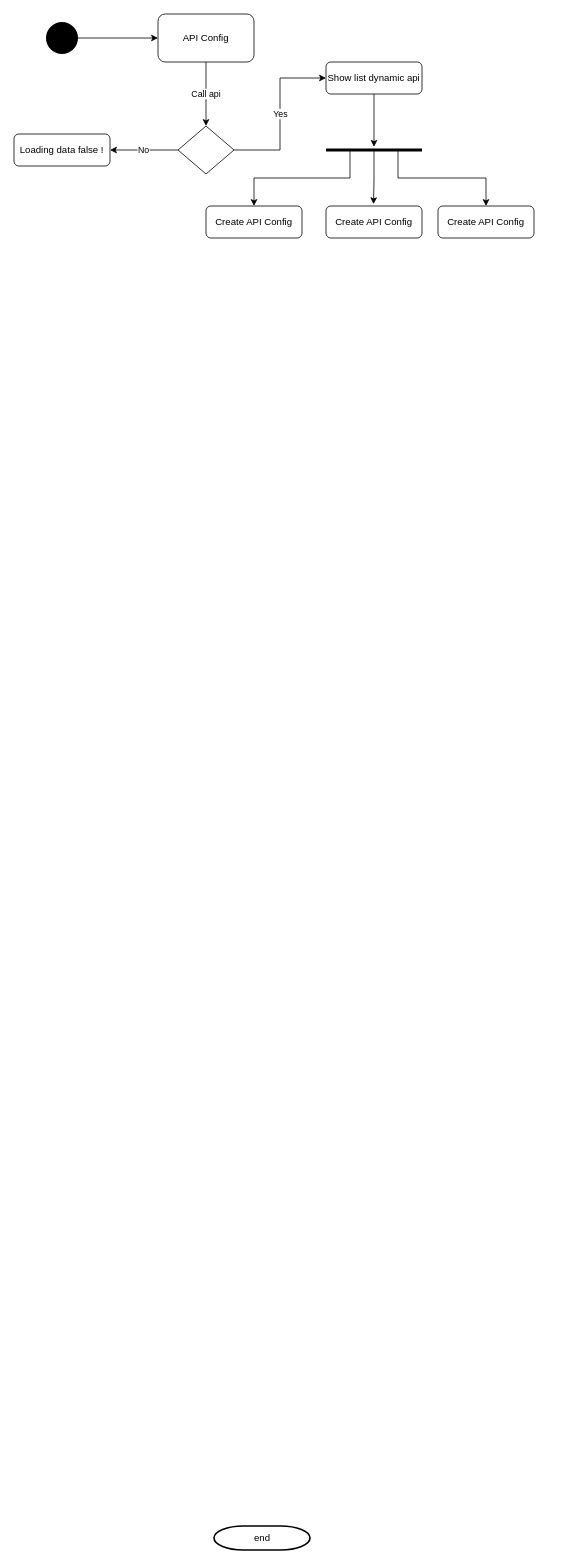
The draw.io diagram Untitled Diagram.drawio in duongv77/Gt, before the edit. Source tidied: cells renumbered, new cells numbered last; positions are measured from the earlier drawing's top-left corner, leaving out a move shared by most shapes. Both pictures are drawn from the tidied source at 80%, with x=0, y=0 at pixel (14, 14).
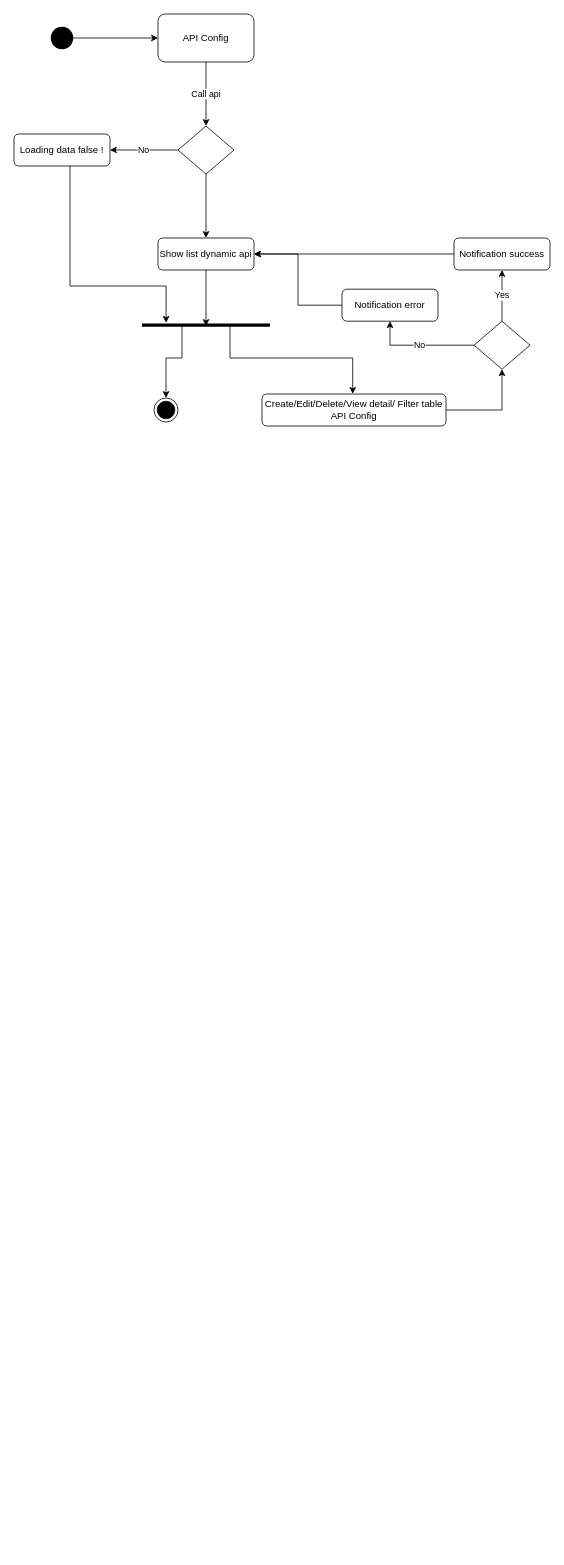
The same diagram, later.

Change to the diagram source:
```diff
@@
-    <mxCell id="2" value="end" style="shape=mxgraph.flowchart.terminator;strokeWidth=2;gradientColor=none;gradientDirection=north;fontStyle=0;html=1;" parent="1" vertex="1">
-      <mxGeometry x="250" y="1890" width="120" height="30" as="geometry" />
-    </mxCell>
@@
-    <mxCell id="4" style="shape=waypoint;sketch=0;fillStyle=solid;size=6;points=[];fillColor=none;perimeter=centerPerimeter;snapToPoint=1;strokeWidth=18;" parent="1" vertex="1">
+    <mxCell id="4" style="shape=waypoint;sketch=0;fillStyle=solid;size=6;points=[];fillColor=none;perimeter=centerPerimeter;snapToPoint=1;strokeWidth=12;" parent="1" vertex="1">
       <mxGeometry x="40" y="10" width="40" height="40" as="geometry" />
     </mxCell>
@@
+    <mxCell id="20" style="edgeStyle=orthogonalEdgeStyle;rounded=0;jettySize=auto;html=1;entryX=0.5;entryY=0;entryDx=0;entryDy=0;" parent="1" edge="1" source="9" target="12">
+      <mxGeometry relative="1" as="geometry" />
+    </mxCell>
+    <mxCell id="9" style="rhombus;whiteSpace=wrap;html=1;strokeWidth=1;" parent="1" vertex="1">
+      <mxGeometry x="205" y="140" width="70" height="60" as="geometry" />
+    </mxCell>
+    <mxCell id="21" style="edgeStyle=orthogonalEdgeStyle;rounded=0;jettySize=auto;html=1;entryX=0.188;entryY=0.2;entryDx=0;entryDy=0;entryPerimeter=0;" parent="1" edge="1" source="10" target="25">
+      <mxGeometry relative="1" as="geometry">
+        <Array as="points">
+          <mxPoint x="70" y="340" />
+          <mxPoint x="190" y="340" />
+        </Array>
+      </mxGeometry>
+    </mxCell>
+    <mxCell id="10" value="Loading data false !" style="rounded=1;whiteSpace=wrap;html=1;fontFamily=Helvetica;strokeWidth=1;" parent="1" vertex="1">
+      <mxGeometry y="150" width="120" height="40" as="geometry" />
+    </mxCell>
+    <mxCell id="22" style="edgeStyle=orthogonalEdgeStyle;rounded=0;jettySize=auto;html=1;entryX=0.5;entryY=0.6;entryDx=0;entryDy=0;entryPerimeter=0;" parent="1" edge="1" source="12" target="25">
+      <mxGeometry relative="1" as="geometry" />
+    </mxCell>
+    <mxCell id="12" value="Show list dynamic api" style="rounded=1;whiteSpace=wrap;html=1;fontFamily=Helvetica;strokeWidth=1;" parent="1" vertex="1">
+      <mxGeometry x="180" y="280" width="120" height="40" as="geometry" />
+    </mxCell>
+    <mxCell id="23" style="edgeStyle=orthogonalEdgeStyle;rounded=0;jettySize=auto;html=1;entryX=0.5;entryY=0;entryDx=0;entryDy=0;exitX=0.25;exitY=0.5;exitDx=0;exitDy=0;exitPerimeter=0;" parent="1" edge="1" source="25" target="26">
+      <mxGeometry relative="1" as="geometry">
+        <Array as="points">
+          <mxPoint x="210" y="389" />
+          <mxPoint x="210" y="430" />
+          <mxPoint x="190" y="430" />
+        </Array>
+      </mxGeometry>
+    </mxCell>
+    <mxCell id="24" style="edgeStyle=orthogonalEdgeStyle;rounded=0;jettySize=auto;html=1;entryX=0.493;entryY=-0.004;entryDx=0;entryDy=0;entryPerimeter=0;exitX=0.676;exitY=0.562;exitDx=0;exitDy=0;exitPerimeter=0;" parent="1" edge="1" source="25" target="28">
+      <mxGeometry relative="1" as="geometry">
+        <Array as="points">
+          <mxPoint x="270" y="390" />
+          <mxPoint x="270" y="430" />
+          <mxPoint x="423" y="430" />
+          <mxPoint x="423" y="475" />
+        </Array>
+      </mxGeometry>
+    </mxCell>
+    <mxCell id="25" style="line;strokeWidth=4;html=1;" parent="1" vertex="1">
+      <mxGeometry x="160" y="384" width="160" height="10" as="geometry" />
+    </mxCell>
+    <mxCell id="26" style="ellipse;html=1;shape=endState;fillColor=#000000;strokeColor=#000000;" parent="1" vertex="1">
+      <mxGeometry x="175" y="480" width="30" height="30" as="geometry" />
+    </mxCell>
+    <mxCell id="27" style="edgeStyle=orthogonalEdgeStyle;rounded=0;jettySize=auto;html=1;entryX=0.5;entryY=1;entryDx=0;entryDy=0;" parent="1" edge="1" source="28" target="34">
+      <mxGeometry relative="1" as="geometry" />
+    </mxCell>
+    <mxCell id="28" value="Create/Edit/Delete/View detail/ Filter table &lt;br&gt;API Config" style="rounded=1;whiteSpace=wrap;html=1;fontFamily=Helvetica;strokeWidth=1;" parent="1" vertex="1">
+      <mxGeometry x="310" y="475" width="230" height="40" as="geometry" />
+    </mxCell>
+    <mxCell id="29" style="edgeStyle=orthogonalEdgeStyle;rounded=0;jettySize=auto;html=1;entryX=1;entryY=0.5;entryDx=0;entryDy=0;" parent="1" edge="1" source="30" target="12">
+      <mxGeometry relative="1" as="geometry" />
+    </mxCell>
+    <mxCell id="30" value="Notification error" style="rounded=1;whiteSpace=wrap;html=1;fontFamily=Helvetica;strokeWidth=1;" parent="1" vertex="1">
+      <mxGeometry x="410" y="344" width="120" height="40" as="geometry" />
+    </mxCell>
+    <mxCell id="31" style="edgeStyle=orthogonalEdgeStyle;rounded=0;jettySize=auto;html=1;entryX=1;entryY=0.5;entryDx=0;entryDy=0;" parent="1" edge="1" source="32" target="12">
+      <mxGeometry relative="1" as="geometry" />
+    </mxCell>
+    <mxCell id="32" value="Notification success" style="rounded=1;whiteSpace=wrap;html=1;fontFamily=Helvetica;strokeWidth=1;" parent="1" vertex="1">
+      <mxGeometry x="550" y="280" width="120" height="40" as="geometry" />
+    </mxCell>
-    <mxCell id="8" value="Yes" style="edgeStyle=orthogonalEdgeStyle;rounded=0;jettySize=auto;html=1;entryX=0;entryY=0.5;entryDx=0;entryDy=0;fontFamily=Helvetica;" parent="1" edge="1" source="9" target="12">
+    <mxCell id="8" value="Yes" style="edgeStyle=orthogonalEdgeStyle;rounded=0;jettySize=auto;html=1;entryX=0.5;entryY=1;entryDx=0;entryDy=0;" parent="1" edge="1" source="34" target="32">
       <mxGeometry relative="1" as="geometry" />
     </mxCell>
-    <mxCell id="9" style="rhombus;whiteSpace=wrap;html=1;strokeWidth=1;" parent="1" vertex="1">
-      <mxGeometry x="205" y="140" width="70" height="60" as="geometry" />
-    </mxCell>
-    <mxCell id="10" value="Loading data false !" style="rounded=1;whiteSpace=wrap;html=1;fontFamily=Helvetica;strokeWidth=1;" parent="1" vertex="1">
-      <mxGeometry y="150" width="120" height="40" as="geometry" />
-    </mxCell>
-    <mxCell id="11" style="edgeStyle=orthogonalEdgeStyle;rounded=0;jettySize=auto;html=1;fontFamily=Helvetica;fontSize=16;" parent="1" edge="1" source="12">
-      <mxGeometry relative="1" as="geometry">
-        <mxPoint x="450" y="166" as="targetPoint" />
-        <Array as="points">
-          <mxPoint x="450" y="130" />
-          <mxPoint x="450" y="130" />
-        </Array>
-      </mxGeometry>
-    </mxCell>
-    <mxCell id="12" value="Show list dynamic api" style="rounded=1;whiteSpace=wrap;html=1;fontFamily=Helvetica;strokeWidth=1;" parent="1" vertex="1">
-      <mxGeometry x="390" y="60" width="120" height="40" as="geometry" />
-    </mxCell>
-    <mxCell id="13" value="Create API Config" style="rounded=1;whiteSpace=wrap;html=1;fontFamily=Helvetica;fontSize=12;strokeWidth=1;" parent="1" vertex="1">
-      <mxGeometry x="240" y="240" width="120" height="40" as="geometry" />
-    </mxCell>
-    <mxCell id="14" value="Create API Config" style="rounded=1;whiteSpace=wrap;html=1;fontFamily=Helvetica;fontSize=12;strokeWidth=1;" parent="1" vertex="1">
-      <mxGeometry x="390" y="240" width="120" height="40" as="geometry" />
-    </mxCell>
-    <mxCell id="15" value="Create API Config" style="rounded=1;whiteSpace=wrap;html=1;fontFamily=Helvetica;fontSize=12;strokeWidth=1;" parent="1" vertex="1">
-      <mxGeometry x="530" y="240" width="120" height="40" as="geometry" />
-    </mxCell>
-    <mxCell id="16" style="edgeStyle=orthogonalEdgeStyle;rounded=0;jettySize=auto;html=1;entryX=0.495;entryY=-0.058;entryDx=0;entryDy=0;entryPerimeter=0;fontFamily=Helvetica;fontSize=12;" parent="1" edge="1" source="17" target="14">
-      <mxGeometry relative="1" as="geometry" />
-    </mxCell>
-    <mxCell id="17" style="line;strokeWidth=4;html=1;perimeter=backbonePerimeter;points=[];outlineConnect=0;fontFamily=Helvetica;fontSize=12;" parent="1" vertex="1">
-      <mxGeometry x="390" y="165" width="120" height="10" as="geometry" />
-    </mxCell>
-    <mxCell id="18" style="edgeStyle=elbowEdgeStyle;elbow=vertical;endArrow=classic;html=1;rounded=0;fontFamily=Helvetica;fontSize=12;entryX=0.5;entryY=0;entryDx=0;entryDy=0;" parent="1" edge="1" target="13">
-      <mxGeometry relative="1" as="geometry">
-        <mxPoint x="420" y="170" as="sourcePoint" />
-      </mxGeometry>
-    </mxCell>
-    <mxCell id="19" style="edgeStyle=elbowEdgeStyle;elbow=vertical;endArrow=classic;html=1;rounded=0;fontFamily=Helvetica;fontSize=12;entryX=0.5;entryY=0;entryDx=0;entryDy=0;" parent="1" edge="1" target="15">
-      <mxGeometry relative="1" as="geometry">
-        <mxPoint x="480" y="170" as="sourcePoint" />
-      </mxGeometry>
-    </mxCell>
+    <mxCell id="33" value="No" style="edgeStyle=orthogonalEdgeStyle;rounded=0;jettySize=auto;html=1;entryX=0.5;entryY=1;entryDx=0;entryDy=0;" parent="1" edge="1" source="34" target="30">
+      <mxGeometry relative="1" as="geometry" />
+    </mxCell>
+    <mxCell id="34" style="rhombus;whiteSpace=wrap;html=1;strokeWidth=1;" parent="1" vertex="1">
+      <mxGeometry x="575" y="384" width="70" height="60" as="geometry" />
+    </mxCell>
```
